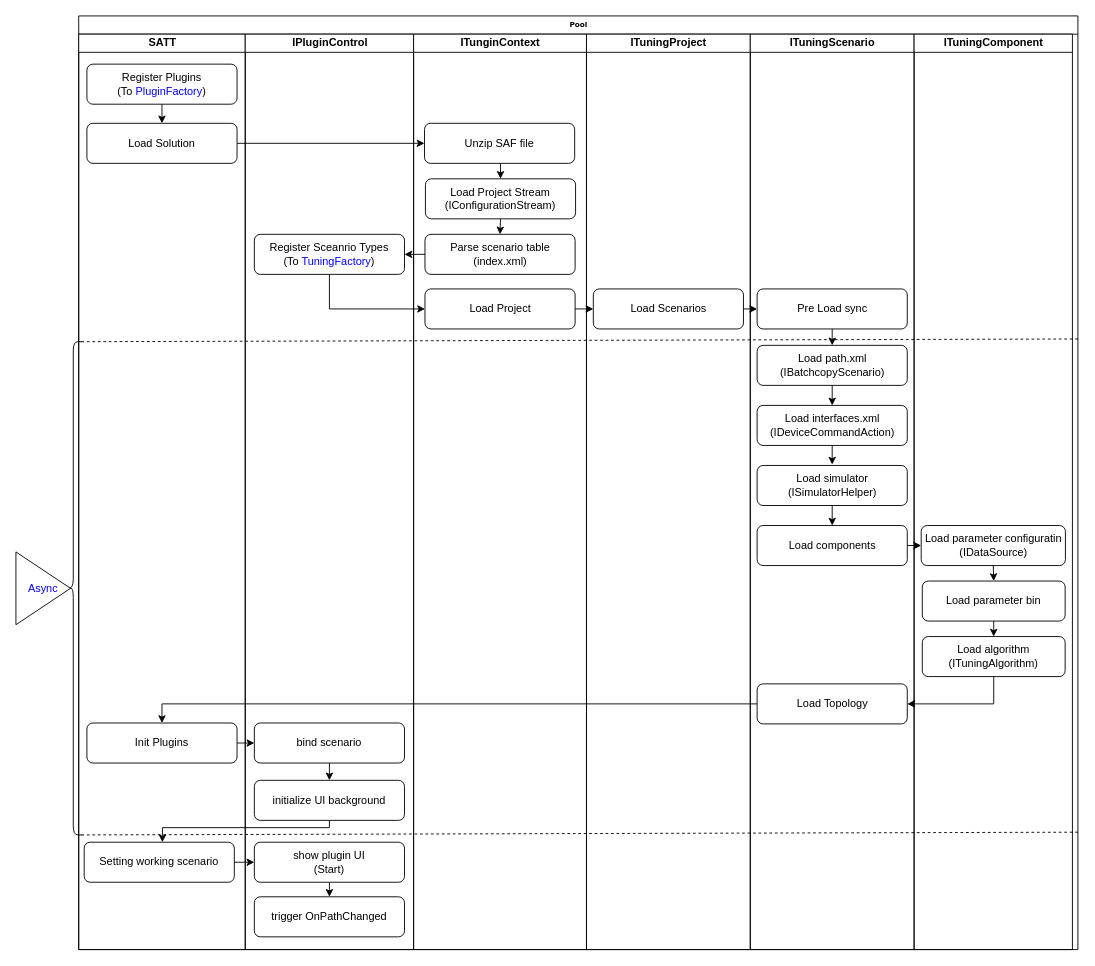
amw18/ap08 keeps this draw.io diagram as flow.drawio. Above is the earlier version. Source tidied: cells renumbered, new cells numbered last; positions are measured from the earlier drawing's top-left corner, leaving out a move shared by most shapes. Both pictures are drawn from the tidied source at 91%, with x=0, y=0 at pixel (15, 15).
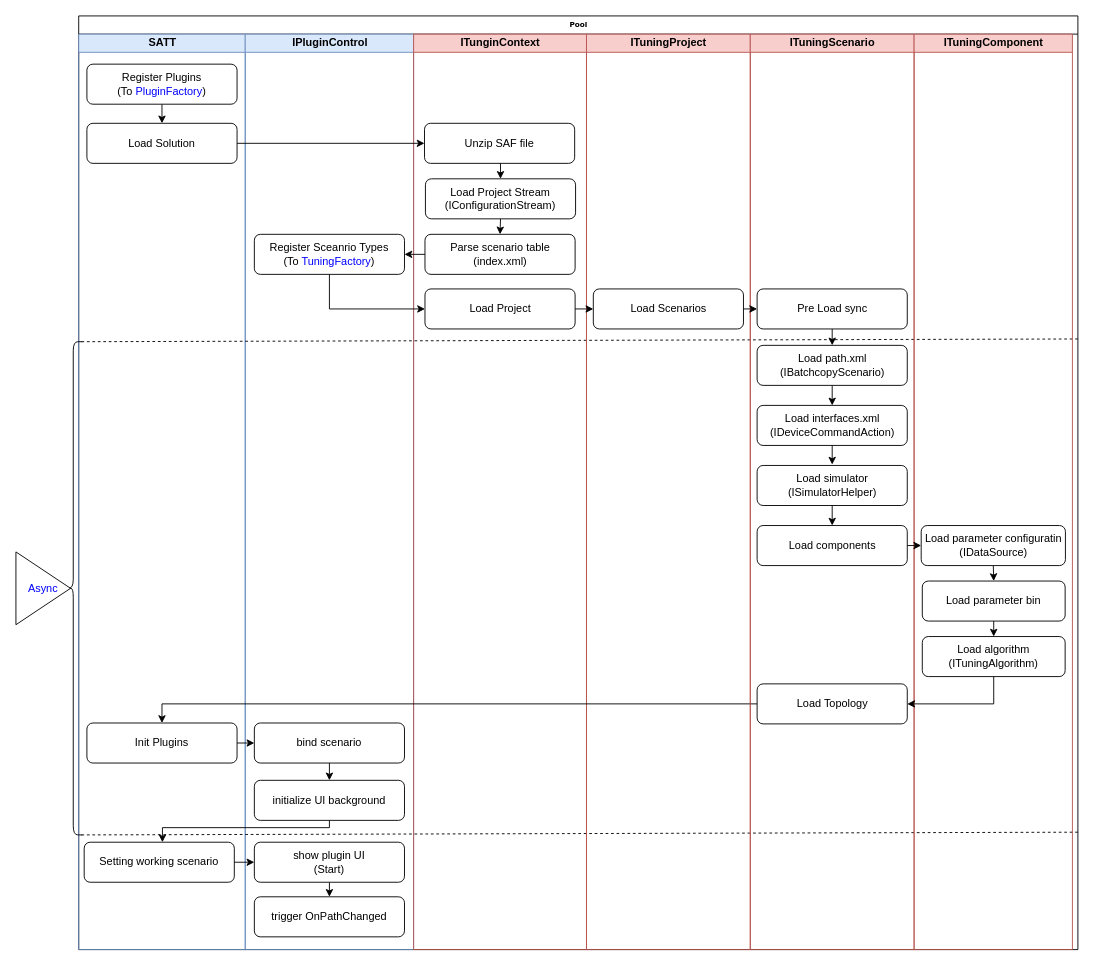
Above is the later version.

Unchanged cells that the change refers to:
```xml
<mxCell id="2" value="Pool" style="swimlane;html=1;startSize=20;rounded=0;shadow=0;labelBackgroundColor=none;strokeWidth=1;fontFamily=Verdana;fontSize=8;align=center;" parent="1" vertex="1">
  <mxGeometry x="69" width="1098" height="1026" as="geometry" />
</mxCell>
```

The edit, as a diff of the source:
```diff
@@
-    <mxCell id="3" value="SATT" style="swimlane;html=1;startSize=20;" parent="2" vertex="1">
+    <mxCell id="3" value="SATT" style="swimlane;html=1;startSize=20;fillColor=#dae8fc;strokeColor=#6c8ebf;" parent="2" vertex="1">
       <mxGeometry y="20" width="183" height="1006" as="geometry" />
     </mxCell>
@@
-    <mxCell id="9" value="IPluginControl" style="swimlane;html=1;startSize=20;" parent="2" vertex="1">
+    <mxCell id="9" value="IPluginControl" style="swimlane;html=1;startSize=20;fillColor=#dae8fc;strokeColor=#6c8ebf;" parent="2" vertex="1">
       <mxGeometry x="183" y="20" width="185" height="1006" as="geometry" />
     </mxCell>
@@
-    <mxCell id="18" value="ITunginContext" style="swimlane;html=1;startSize=20;" parent="2" vertex="1">
+    <mxCell id="18" value="ITunginContext" style="swimlane;html=1;startSize=20;fillColor=#f8cecc;strokeColor=#b85450;" parent="2" vertex="1">
       <mxGeometry x="368" y="20" width="190" height="1006" as="geometry" />
     </mxCell>
@@
-    <mxCell id="26" value="ITuningProject" style="swimlane;html=1;startSize=20;" parent="2" vertex="1">
+    <mxCell id="26" value="ITuningProject" style="swimlane;html=1;startSize=20;fillColor=#f8cecc;strokeColor=#b85450;" parent="2" vertex="1">
       <mxGeometry x="558" y="20" width="180" height="1006" as="geometry" />
     </mxCell>
@@
-    <mxCell id="32" value="ITuningScenario" style="swimlane;html=1;startSize=20;" parent="2" vertex="1">
+    <mxCell id="32" value="ITuningScenario" style="swimlane;html=1;startSize=20;fillColor=#f8cecc;strokeColor=#b85450;" parent="2" vertex="1">
       <mxGeometry x="738" y="20" width="180" height="1006" as="geometry" />
     </mxCell>
@@
-    <mxCell id="42" value="ITuningComponent" style="swimlane;html=1;startSize=20;" parent="2" vertex="1">
+    <mxCell id="42" value="ITuningComponent" style="swimlane;html=1;startSize=20;fillColor=#f8cecc;strokeColor=#b85450;" parent="2" vertex="1">
       <mxGeometry x="918" y="20" width="174" height="1006" as="geometry" />
     </mxCell>
```
